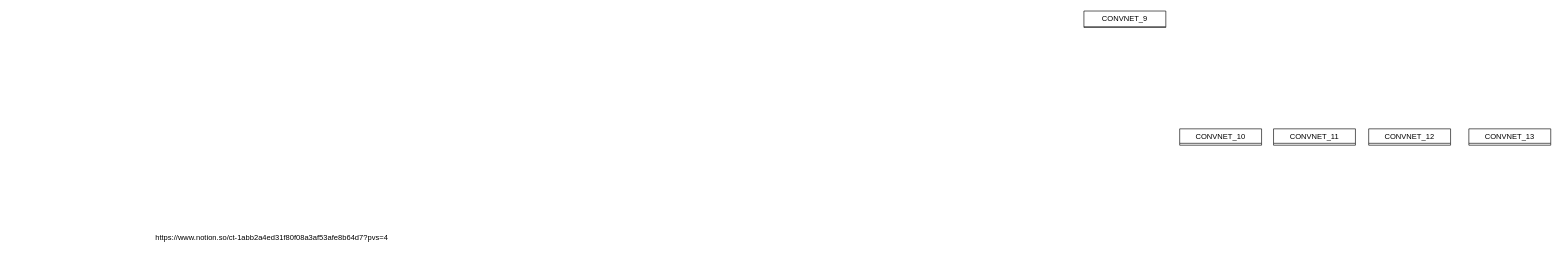
zalexdevon/plant_disease_classifier_new keeps this draw.io diagram as page "fine tune models" (1 of 7) of bai_lam.drawio. Above is the earlier version. Source tidied: cells renumbered, new cells numbered last; positions are measured from the earlier drawing's top-left corner, leaving out a move shared by most shapes. Both pictures are drawn from the tidied source at 63%, with x=0, y=0 at pixel (11, 11).
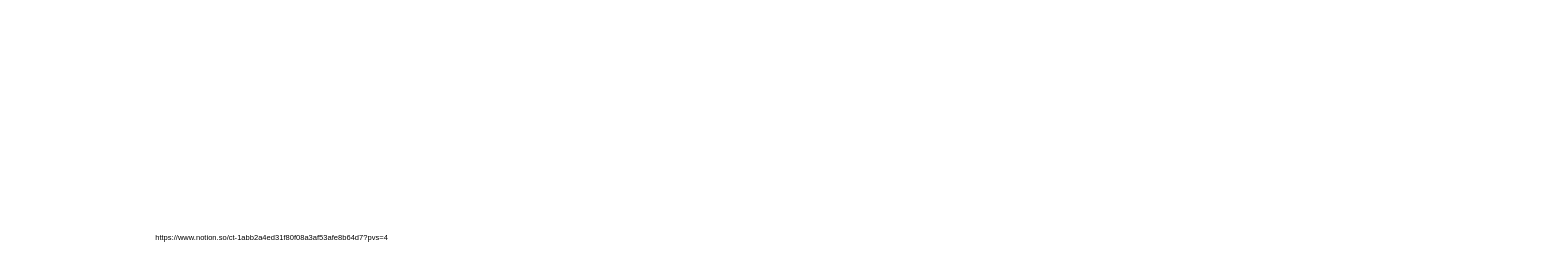
After the change.

Diff of the diagram source:
```diff
@@
 <mxGraphModel>
   <root>
     <mxCell id="0" />
     <mxCell id="1" parent="0" />
     <mxCell id="2" value="https://www.notion.so/ct-1abb2a4ed31f80f08a3af53afe8b64d7?pvs=4" style="text;html=1;align=center;verticalAlign=middle;whiteSpace=wrap;rounded=0;" parent="1" vertex="1">
       <mxGeometry y="345" width="828" height="30" as="geometry" />
     </mxCell>
-    <mxCell id="3" value="&lt;span style=&quot;font-weight: normal;&quot;&gt;CONVNET_10&lt;/span&gt;" style="swimlane;whiteSpace=wrap;html=1;startSize=23;" parent="1" vertex="1" collapsed="1">
-      <mxGeometry x="1855" y="187" width="130" height="26" as="geometry" />
-    </mxCell>
-    <mxCell id="4" value="&lt;span style=&quot;font-weight: normal;&quot;&gt;CONVNET_9&lt;/span&gt;" style="swimlane;whiteSpace=wrap;html=1;startSize=25;" parent="1" vertex="1" collapsed="1">
-      <mxGeometry x="1703" width="130" height="26" as="geometry" />
-    </mxCell>
-    <mxCell id="5" value="&lt;span style=&quot;font-weight: normal;&quot;&gt;CONVNET_11&lt;/span&gt;" style="swimlane;whiteSpace=wrap;html=1;startSize=23;" parent="1" vertex="1" collapsed="1">
-      <mxGeometry x="2004" y="187" width="130" height="26" as="geometry" />
-    </mxCell>
-    <mxCell id="6" value="&lt;span style=&quot;font-weight: normal;&quot;&gt;CONVNET_12&lt;/span&gt;" style="swimlane;whiteSpace=wrap;html=1;startSize=23;" parent="1" vertex="1" collapsed="1">
-      <mxGeometry x="2155" y="187" width="130" height="26" as="geometry" />
-    </mxCell>
-    <mxCell id="7" value="&lt;span style=&quot;font-weight: normal;&quot;&gt;CONVNET_13&lt;/span&gt;" style="swimlane;whiteSpace=wrap;html=1;startSize=23;" parent="1" vertex="1" collapsed="1">
-      <mxGeometry x="2314" y="187" width="130" height="26" as="geometry" />
-    </mxCell>
   </root>
 </mxGraphModel>
```
